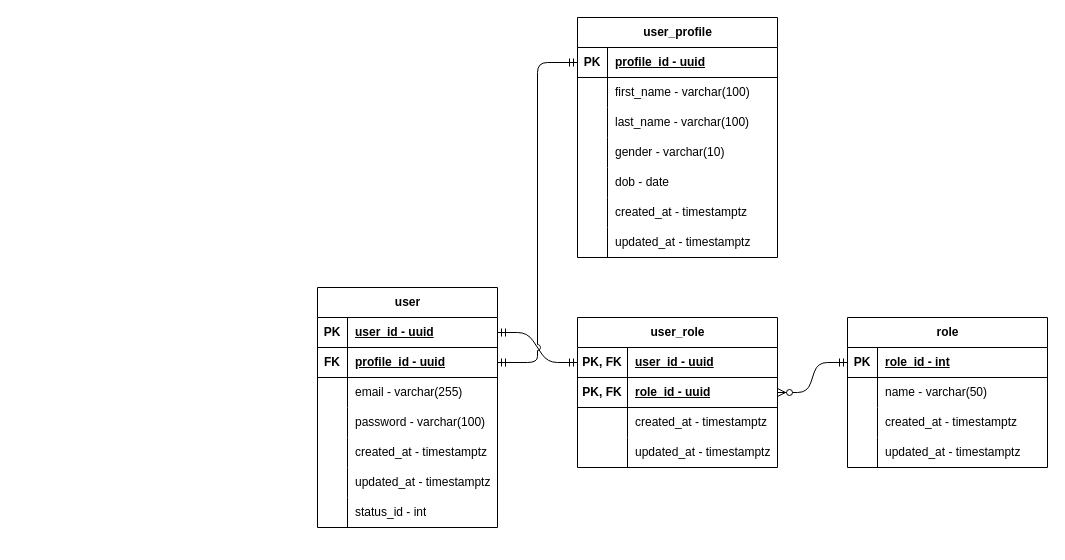
Earlier version of the draw.io diagram documentation/entity-diagram.drawio (proj-root/project-auxilium). Source tidied: cells renumbered, new cells numbered last; positions are measured from the earlier drawing's top-left corner, leaving out a move shared by most shapes. Both pictures are drawn from the tidied source at 100%, with x=0, y=0 at pixel (317, 17).
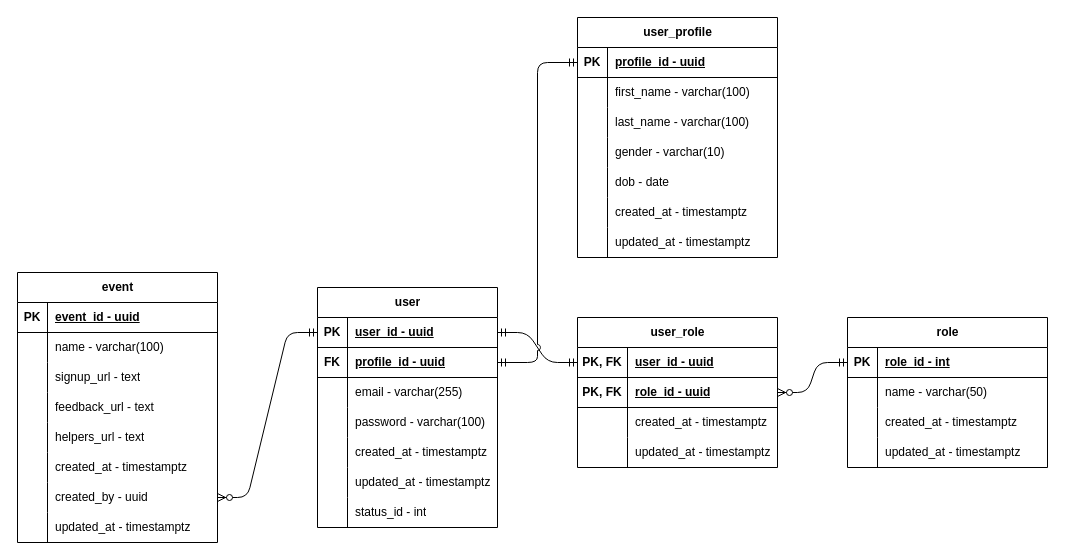
The same page after the edit.

Unchanged cells that the change refers to:
```xml
<mxCell id="31" style="shape=tableRow;horizontal=0;startSize=0;swimlaneHead=0;swimlaneBody=0;fillColor=none;points=[[0,0.5],[1,0.5]];portConstraint=eastwest;top=0;left=0;right=0;bottom=1;" parent="30" vertex="1">
  <mxGeometry y="30" width="180" height="30" as="geometry" />
</mxCell>
```

The edit, as a diff of the source:
```diff
@@
+    <mxCell id="75" value="event" style="shape=table;startSize=30;childLayout=tableLayout;rowLines=0;fontStyle=1;align=center;html=1;" parent="1" vertex="1">
+      <mxGeometry x="-300" y="255" width="200" height="270" as="geometry" />
+    </mxCell>
+    <mxCell id="76" style="shape=tableRow;horizontal=0;startSize=0;swimlaneHead=0;swimlaneBody=0;fillColor=none;top=0;left=0;right=0;bottom=1;" parent="75" vertex="1">
+      <mxGeometry y="30" width="200" height="30" as="geometry" />
+    </mxCell>
+    <mxCell id="77" value="PK" style="shape=partialRectangle;fillColor=none;top=0;left=0;bottom=0;right=0;fontStyle=1;overflow=hidden;whiteSpace=wrap;html=1;" parent="76" vertex="1">
+      <mxGeometry width="30" height="30" as="geometry" />
+    </mxCell>
+    <mxCell id="78" value="event_id - uuid" style="shape=partialRectangle;fillColor=none;top=0;left=0;bottom=0;right=0;align=left;spacingLeft=6;fontStyle=5;overflow=hidden;whiteSpace=wrap;html=1;" parent="76" vertex="1">
+      <mxGeometry x="30" width="170" height="30" as="geometry" />
+    </mxCell>
+    <mxCell id="79" style="shape=tableRow;horizontal=0;startSize=0;swimlaneHead=0;swimlaneBody=0;fillColor=none;top=0;left=0;right=0;bottom=0;" parent="75" vertex="1">
+      <mxGeometry y="60" width="200" height="30" as="geometry" />
+    </mxCell>
+    <mxCell id="80" style="shape=partialRectangle;fillColor=none;top=0;left=0;bottom=0;right=0;overflow=hidden;whiteSpace=wrap;html=1;" parent="79" vertex="1">
+      <mxGeometry width="30" height="30" as="geometry" />
+    </mxCell>
+    <mxCell id="81" value="name - varchar(100)" style="shape=partialRectangle;fillColor=none;top=0;left=0;bottom=0;right=0;align=left;spacingLeft=6;overflow=hidden;whiteSpace=wrap;html=1;" parent="79" vertex="1">
+      <mxGeometry x="30" width="170" height="30" as="geometry" />
+    </mxCell>
+    <mxCell id="82" style="shape=tableRow;horizontal=0;startSize=0;swimlaneHead=0;swimlaneBody=0;fillColor=none;top=0;left=0;right=0;bottom=0;" parent="75" vertex="1">
+      <mxGeometry y="90" width="200" height="30" as="geometry" />
+    </mxCell>
+    <mxCell id="83" style="shape=partialRectangle;fillColor=none;top=0;left=0;bottom=0;right=0;overflow=hidden;whiteSpace=wrap;html=1;" parent="82" vertex="1">
+      <mxGeometry width="30" height="30" as="geometry" />
+    </mxCell>
+    <mxCell id="84" value="signup_url - text" style="shape=partialRectangle;fillColor=none;top=0;left=0;bottom=0;right=0;align=left;spacingLeft=6;overflow=hidden;whiteSpace=wrap;html=1;" parent="82" vertex="1">
+      <mxGeometry x="30" width="170" height="30" as="geometry" />
+    </mxCell>
+    <mxCell id="85" style="shape=tableRow;horizontal=0;startSize=0;swimlaneHead=0;swimlaneBody=0;fillColor=none;top=0;left=0;right=0;bottom=0;" parent="75" vertex="1">
+      <mxGeometry y="120" width="200" height="30" as="geometry" />
+    </mxCell>
+    <mxCell id="86" style="shape=partialRectangle;fillColor=none;top=0;left=0;bottom=0;right=0;overflow=hidden;whiteSpace=wrap;html=1;" parent="85" vertex="1">
+      <mxGeometry width="30" height="30" as="geometry" />
+    </mxCell>
+    <mxCell id="87" value="feedback_url - text" style="shape=partialRectangle;fillColor=none;top=0;left=0;bottom=0;right=0;align=left;spacingLeft=6;overflow=hidden;whiteSpace=wrap;html=1;" parent="85" vertex="1">
+      <mxGeometry x="30" width="170" height="30" as="geometry" />
+    </mxCell>
+    <mxCell id="88" style="shape=tableRow;horizontal=0;startSize=0;swimlaneHead=0;swimlaneBody=0;fillColor=none;top=0;left=0;right=0;bottom=0;" parent="75" vertex="1">
+      <mxGeometry y="150" width="200" height="30" as="geometry" />
+    </mxCell>
+    <mxCell id="89" style="shape=partialRectangle;fillColor=none;top=0;left=0;bottom=0;right=0;overflow=hidden;whiteSpace=wrap;html=1;" parent="88" vertex="1">
+      <mxGeometry width="30" height="30" as="geometry" />
+    </mxCell>
+    <mxCell id="90" value="helpers_url - text" style="shape=partialRectangle;fillColor=none;top=0;left=0;bottom=0;right=0;align=left;spacingLeft=6;overflow=hidden;whiteSpace=wrap;html=1;" parent="88" vertex="1">
+      <mxGeometry x="30" width="170" height="30" as="geometry" />
+    </mxCell>
+    <mxCell id="91" style="shape=tableRow;horizontal=0;startSize=0;swimlaneHead=0;swimlaneBody=0;fillColor=none;top=0;left=0;right=0;bottom=0;" parent="75" vertex="1">
+      <mxGeometry y="180" width="200" height="30" as="geometry" />
+    </mxCell>
+    <mxCell id="92" style="shape=partialRectangle;fillColor=none;top=0;left=0;bottom=0;right=0;overflow=hidden;whiteSpace=wrap;html=1;" parent="91" vertex="1">
+      <mxGeometry width="30" height="30" as="geometry" />
+    </mxCell>
+    <mxCell id="93" value="created_at - timestamptz" style="shape=partialRectangle;fillColor=none;top=0;left=0;bottom=0;right=0;align=left;spacingLeft=6;overflow=hidden;whiteSpace=wrap;html=1;" parent="91" vertex="1">
+      <mxGeometry x="30" width="170" height="30" as="geometry" />
+    </mxCell>
+    <mxCell id="94" style="shape=tableRow;horizontal=0;startSize=0;swimlaneHead=0;swimlaneBody=0;fillColor=none;points=[[0,0.5],[1,0.5]];portConstraint=eastwest;top=0;left=0;right=0;bottom=0;" parent="75" vertex="1">
+      <mxGeometry y="210" width="200" height="30" as="geometry" />
+    </mxCell>
+    <mxCell id="95" style="shape=partialRectangle;fillColor=none;top=0;left=0;bottom=0;right=0;overflow=hidden;whiteSpace=wrap;html=1;" parent="94" vertex="1">
+      <mxGeometry width="30" height="30" as="geometry" />
+    </mxCell>
+    <mxCell id="96" value="created_by - uuid" style="shape=partialRectangle;fillColor=none;top=0;left=0;bottom=0;right=0;align=left;spacingLeft=6;overflow=hidden;whiteSpace=wrap;html=1;" parent="94" vertex="1">
+      <mxGeometry x="30" width="170" height="30" as="geometry" />
+    </mxCell>
+    <mxCell id="97" style="shape=tableRow;horizontal=0;startSize=0;swimlaneHead=0;swimlaneBody=0;fillColor=none;top=0;left=0;right=0;bottom=0;" parent="75" vertex="1">
+      <mxGeometry y="240" width="200" height="30" as="geometry" />
+    </mxCell>
+    <mxCell id="98" style="shape=partialRectangle;fillColor=none;top=0;left=0;bottom=0;right=0;overflow=hidden;whiteSpace=wrap;html=1;" parent="97" vertex="1">
+      <mxGeometry width="30" height="30" as="geometry" />
+    </mxCell>
+    <mxCell id="99" value="updated_at - timestamptz" style="shape=partialRectangle;fillColor=none;top=0;left=0;bottom=0;right=0;align=left;spacingLeft=6;overflow=hidden;whiteSpace=wrap;html=1;" parent="97" vertex="1">
+      <mxGeometry x="30" width="170" height="30" as="geometry" />
+    </mxCell>
+    <mxCell id="100" style="edgeStyle=entityRelationEdgeStyle;fontSize=12;html=1;endArrow=ERzeroToMany;startArrow=ERmandOne;exitX=0;exitY=0.5;exitDx=0;exitDy=0;entryX=1;entryY=0.5;entryDx=0;entryDy=0;" parent="1" edge="1" source="31" target="94">
+      <mxGeometry relative="1" as="geometry" />
+    </mxCell>
```
